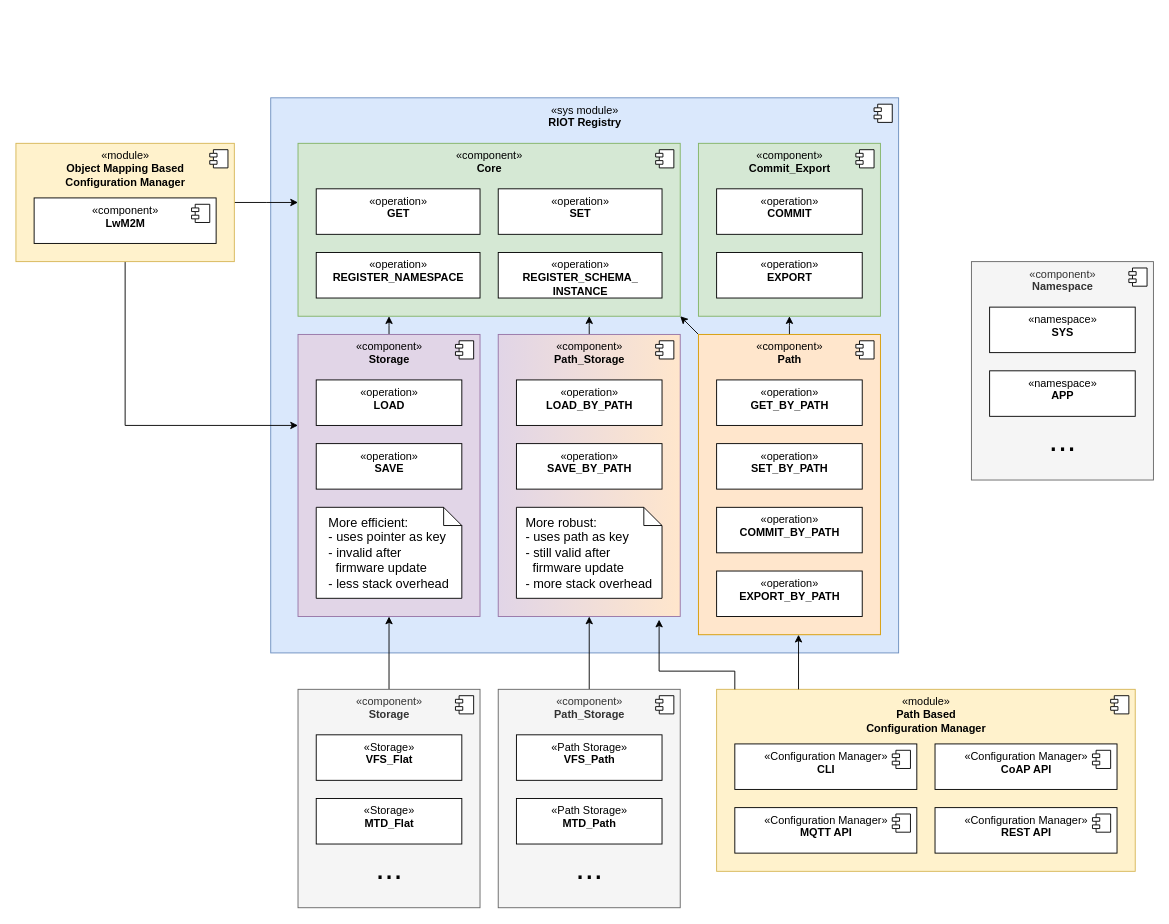
Above: docs/design/registry.drawio in LasseRosenow/RIOT (draw.io), before the change. Source tidied: cells renumbered, new cells numbered last; positions are measured from the earlier drawing's top-left corner, leaving out a move shared by most shapes. Both pictures are drawn from the tidied source at 91%, with x=0, y=0 at pixel (15, 97).
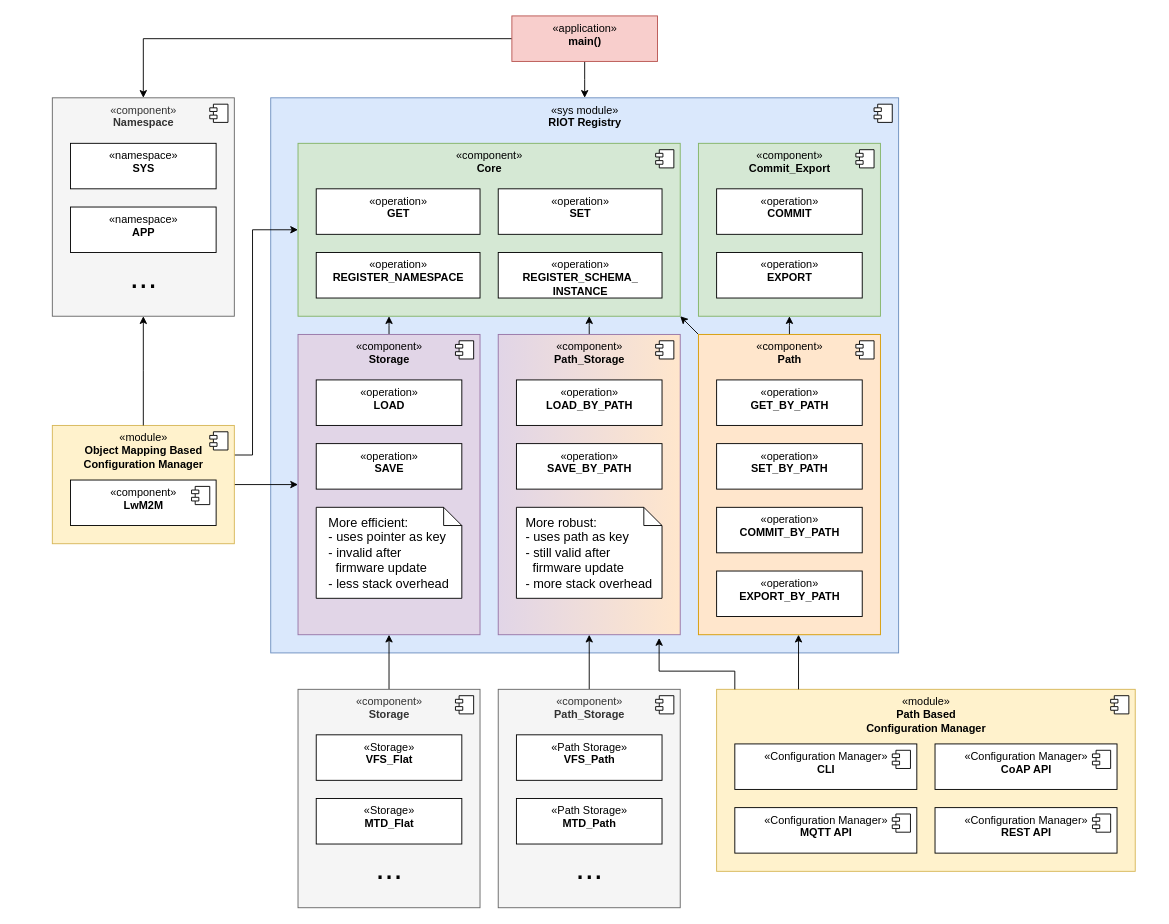
Above is the later version.

Unchanged cells that the change refers to:
```xml
<mxCell id="2" value="«sys module»&lt;br&gt;&lt;b&gt;RIOT Registry&lt;/b&gt;" style="html=1;verticalAlign=top;fillColor=#dae8fc;strokeColor=#6c8ebf;" parent="1" vertex="1">
  <mxGeometry x="280" width="690" height="610" as="geometry" />
</mxCell>
<mxCell id="11" value="«component»&lt;br&gt;&lt;b&gt;Core&lt;/b&gt;" style="html=1;verticalAlign=top;fillColor=#d5e8d4;strokeColor=#82b366;" parent="1" vertex="1">
  <mxGeometry x="310" y="50" width="420" height="190" as="geometry" />
</mxCell>
```

Change to the diagram source:
```diff
@@
     <mxCell id="7" value="«component»&lt;br&gt;&lt;b&gt;Storage&lt;/b&gt;" style="html=1;verticalAlign=top;fillColor=#e1d5e7;strokeColor=#9673a6;" parent="1" vertex="1">
-      <mxGeometry x="310" y="260" width="200" height="310" as="geometry" />
+      <mxGeometry x="310" y="260" width="200" height="330" as="geometry" />
     </mxCell>
@@
     <mxCell id="18" value="«component»&lt;br&gt;&lt;b&gt;Path_Storage&lt;/b&gt;" style="html=1;verticalAlign=top;fillColor=#e1d5e7;strokeColor=#9673a6;fillStyle=auto;gradientColor=#FFE6CC;gradientDirection=east;" parent="1" vertex="1">
-      <mxGeometry x="530" y="260" width="200" height="310" as="geometry" />
+      <mxGeometry x="530" y="260" width="200" height="330" as="geometry" />
     </mxCell>
@@
     <mxCell id="23" value="«component»&lt;br&gt;&lt;b&gt;Namespace&lt;/b&gt;" style="html=1;verticalAlign=top;fillColor=#f5f5f5;strokeColor=#666666;fontColor=#333333;" parent="1" vertex="1">
-      <mxGeometry x="1050" y="180" width="200" height="240" as="geometry" />
+      <mxGeometry x="40" width="200" height="240" as="geometry" />
     </mxCell>
@@
     <mxCell id="25" value="«namespace»&lt;br&gt;&lt;b&gt;SYS&lt;/b&gt;" style="html=1;verticalAlign=top;" parent="1" vertex="1">
-      <mxGeometry x="1070" y="230" width="160" height="50" as="geometry" />
+      <mxGeometry x="60" y="50" width="160" height="50" as="geometry" />
     </mxCell>
     <mxCell id="26" value="«namespace»&lt;br&gt;&lt;b&gt;APP&lt;/b&gt;" style="html=1;verticalAlign=top;" parent="1" vertex="1">
-      <mxGeometry x="1070" y="300" width="160" height="50" as="geometry" />
+      <mxGeometry x="60" y="120" width="160" height="50" as="geometry" />
     </mxCell>
     <mxCell id="27" value="&lt;font style=&quot;font-size: 36px;&quot;&gt;...&lt;/font&gt;" style="text;html=1;align=center;verticalAlign=middle;strokeColor=none;fillColor=none;" parent="1" vertex="1">
-      <mxGeometry x="1125" y="346" width="50" height="60" as="geometry" />
+      <mxGeometry x="115" y="166" width="50" height="60" as="geometry" />
     </mxCell>
@@
-    <mxCell id="42" style="edgeStyle=elbowEdgeStyle;rounded=0;html=1;fontSize=36;elbow=vertical;" parent="1" edge="1" source="46" target="11">
-      <mxGeometry relative="1" as="geometry" />
+    <mxCell id="42" style="edgeStyle=elbowEdgeStyle;rounded=0;html=1;fontSize=36;exitX=1;exitY=0.25;exitDx=0;exitDy=0;" parent="1" edge="1" source="46" target="11">
+      <mxGeometry relative="1" as="geometry">
+        <Array as="points">
+          <mxPoint x="260" y="290" />
+        </Array>
+      </mxGeometry>
     </mxCell>
@@
     <mxCell id="46" value="«module»&lt;br&gt;&lt;b&gt;Object Mapping Based&lt;br&gt;Configuration Manager&lt;/b&gt;" style="html=1;verticalAlign=top;fillColor=#fff2cc;strokeColor=#d6b656;" parent="1" vertex="1">
-      <mxGeometry y="50" width="240" height="130" as="geometry" />
+      <mxGeometry x="40" y="360" width="200" height="130" as="geometry" />
     </mxCell>
@@
     <mxCell id="48" value="«component»&lt;br&gt;&lt;b&gt;LwM2M&lt;/b&gt;" style="html=1;verticalAlign=top;" parent="1" vertex="1">
-      <mxGeometry x="20" y="110" width="200" height="50" as="geometry" />
+      <mxGeometry x="60" y="420" width="160" height="50" as="geometry" />
     </mxCell>
@@
+    <mxCell id="69" style="edgeStyle=elbowEdgeStyle;rounded=0;elbow=vertical;html=1;fontSize=14;" parent="1" edge="1" source="71" target="23">
+      <mxGeometry relative="1" as="geometry">
+        <Array as="points">
+          <mxPoint x="370" y="-65" />
+        </Array>
+      </mxGeometry>
+    </mxCell>
+    <mxCell id="70" style="edgeStyle=elbowEdgeStyle;rounded=0;elbow=vertical;html=1;fontSize=14;" parent="1" edge="1" source="71" target="2">
+      <mxGeometry relative="1" as="geometry" />
+    </mxCell>
+    <mxCell id="71" value="«application»&lt;br&gt;&lt;b&gt;main()&lt;/b&gt;" style="html=1;verticalAlign=top;fillColor=#f8cecc;strokeColor=#b85450;" parent="1" vertex="1">
+      <mxGeometry x="545" y="-90" width="160" height="50" as="geometry" />
+    </mxCell>
+    <mxCell id="72" style="edgeStyle=elbowEdgeStyle;rounded=0;elbow=vertical;html=1;fontSize=36;" parent="1" edge="1" source="46" target="23">
+      <mxGeometry relative="1" as="geometry" />
+    </mxCell>
```
